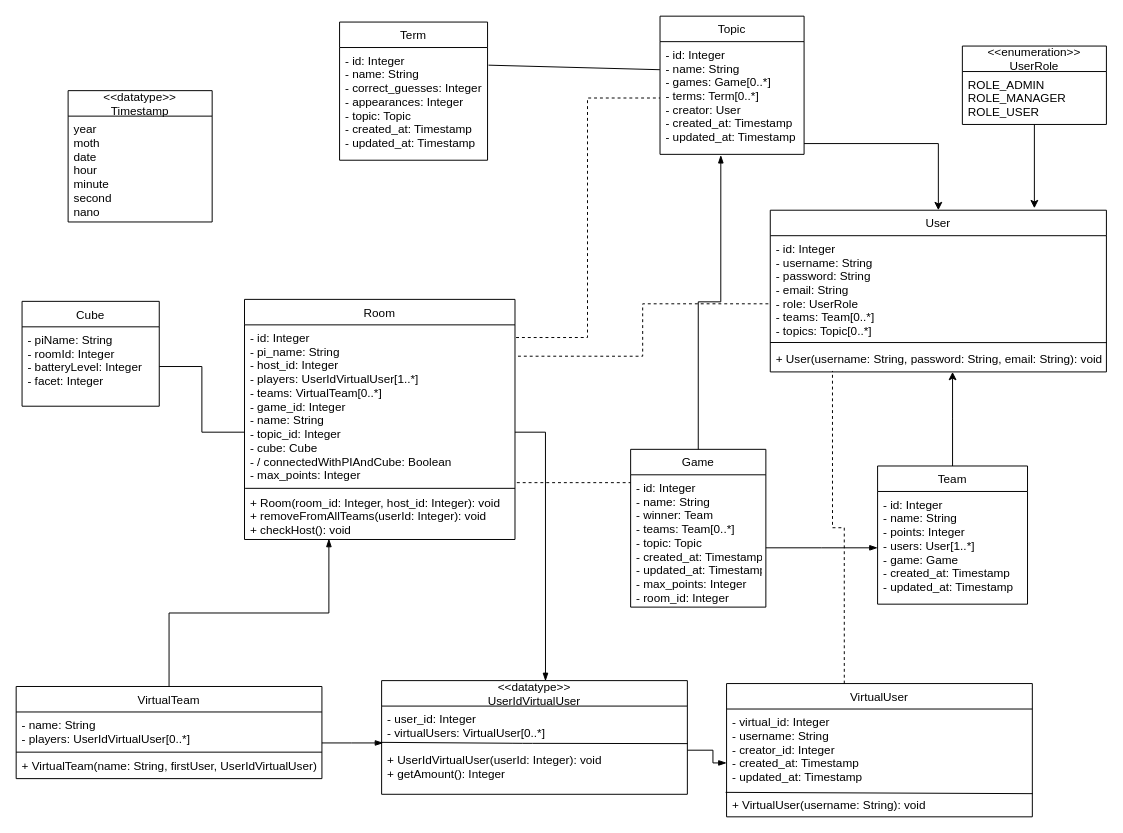
Above: documentation/diagrams/class_diagram.drawio in BeyerMart/softwareEngineeringClass-timeGuessGame (draw.io), before the change. Source tidied: cells renumbered, new cells numbered last; positions are measured from the earlier drawing's top-left corner, leaving out a move shared by most shapes. Both pictures are drawn from the tidied source at 98%, with x=0, y=0 at pixel (16, 16).
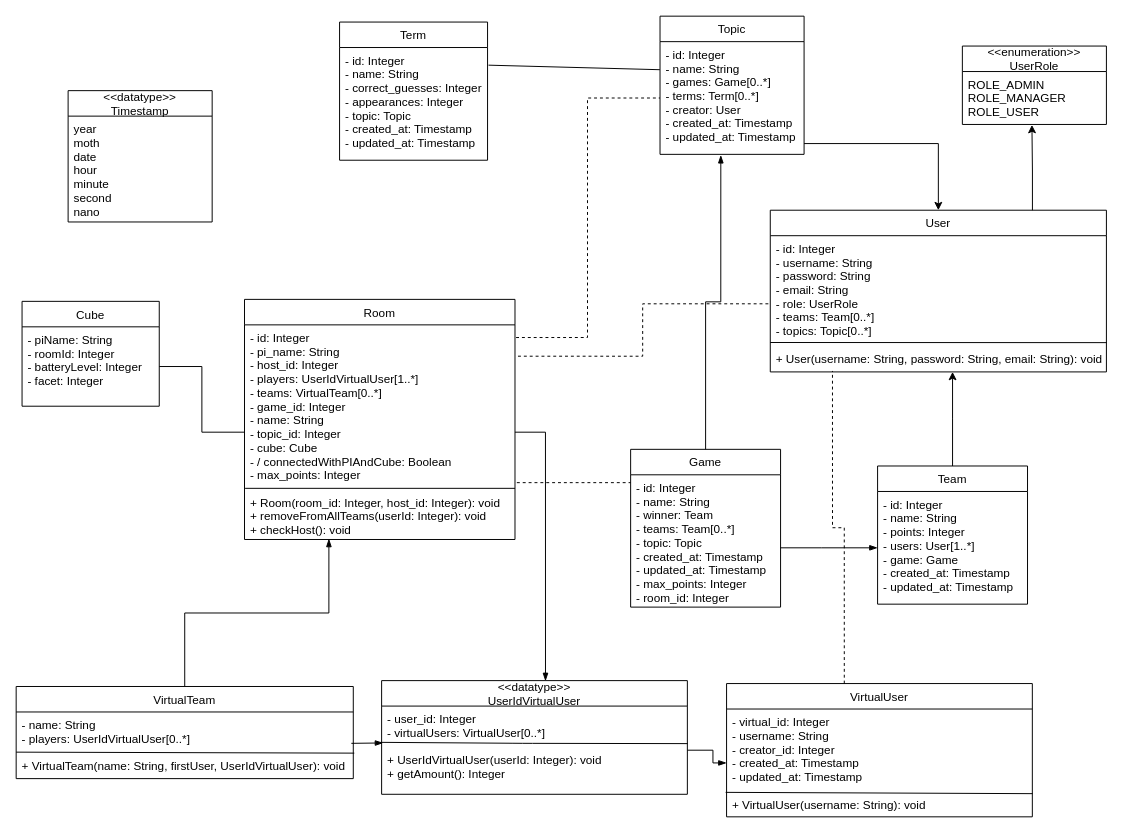
The same diagram, later.

Commit message (it also covers changes not shown here):
Fix class diagram

Fix enum relation / cut-off texts

The change refers to these unchanged cells:
```xml
<mxCell id="20" value="ROLE_ADMIN&#10;ROLE_MANAGER&#10;ROLE_USER" style="text;strokeColor=none;fillColor=none;align=left;verticalAlign=top;spacingLeft=4;spacingRight=4;overflow=hidden;points=[[0,0.5],[1,0.5]];portConstraint=eastwest;" parent="19" vertex="1">
  <mxGeometry y="26" width="147" height="54" as="geometry" />
</mxCell>
<mxCell id="33" value="- user_id: Integer&#10;- virtualUsers: VirtualUser[0..*]&#10;&#10;+ UserIdVirtualUser(userId: Integer): void&#10;+ getAmount(): Integer" style="text;strokeColor=none;fillColor=none;align=left;verticalAlign=top;spacingLeft=4;spacingRight=4;overflow=hidden;points=[[0,0.5],[1,0.5]];portConstraint=eastwest;" parent="31" vertex="1">
  <mxGeometry y="26" width="312" height="90" as="geometry" />
</mxCell>
```

Change to the diagram source:
```diff
@@
     <mxCell id="17" value="Game" style="swimlane;fontStyle=0;horizontal=1;startSize=26;fillColor=none;" parent="1" vertex="1">
-      <mxGeometry x="627" y="442" width="138" height="161" as="geometry" />
+      <mxGeometry x="627" y="442" width="153" height="161" as="geometry" />
     </mxCell>
     <mxCell id="18" value="- id: Integer&#10;- name: String&#10;- winner: Team&#10;- teams: Team[0..*]&#10;- topic: Topic&#10;- created_at: Timestamp&#10;- updated_at: Timestamp&#10;- max_points: Integer&#10;- room_id: Integer" style="text;strokeColor=none;fillColor=none;align=left;verticalAlign=top;spacingLeft=4;spacingRight=4;overflow=hidden;points=[[0,0.5],[1,0.5]];portConstraint=eastwest;" parent="17" vertex="1">
-      <mxGeometry y="26" width="138" height="135" as="geometry" />
+      <mxGeometry y="26" width="153" height="135" as="geometry" />
     </mxCell>
@@
-    <mxCell id="21" style="edgeStyle=orthogonalEdgeStyle;rounded=0;jettySize=auto;html=1;" parent="1" edge="1" source="20">
+    <mxCell id="21" style="edgeStyle=orthogonalEdgeStyle;rounded=0;jettySize=auto;html=1;entryX=0.483;entryY=1.009;entryDx=0;entryDy=0;entryPerimeter=0;" parent="1" edge="1" target="20">
       <mxGeometry relative="1" as="geometry">
-        <mxPoint x="1039" y="196" as="targetPoint" />
+        <mxPoint x="1037" y="198" as="sourcePoint" />
         <Array as="points">
-          <mxPoint x="1039" y="158" />
-          <mxPoint x="1039" y="158" />
+          <mxPoint x="1037" y="198" />
+          <mxPoint x="1037" y="158" />
+          <mxPoint x="1036" y="158" />
         </Array>
       </mxGeometry>
     </mxCell>
@@
     <mxCell id="25" value="VirtualTeam" style="swimlane;fontStyle=0;horizontal=1;startSize=26;fillColor=none;" parent="1" vertex="1">
-      <mxGeometry y="684" width="312" height="94" as="geometry" />
+      <mxGeometry y="684" width="344" height="94" as="geometry" />
     </mxCell>
-    <mxCell id="26" value="- name: String&#10;- players: UserIdVirtualUser[0..*]&#10;&#10;+ VirtualTeam(name: String, firstUser, UserIdVirtualUser)" style="text;strokeColor=none;fillColor=none;align=left;verticalAlign=top;spacingLeft=4;spacingRight=4;overflow=hidden;points=[[0,0.5],[1,0.5]];portConstraint=eastwest;" parent="25" vertex="1">
-      <mxGeometry y="26" width="312" height="68" as="geometry" />
+    <mxCell id="26" value="- name: String&#10;- players: UserIdVirtualUser[0..*]&#10;&#10;+ VirtualTeam(name: String, firstUser, UserIdVirtualUser): void" style="text;strokeColor=none;fillColor=none;align=left;verticalAlign=top;spacingLeft=4;spacingRight=4;overflow=hidden;points=[[0,0.5],[1,0.5]];portConstraint=eastwest;" parent="25" vertex="1">
+      <mxGeometry y="26" width="344" height="68" as="geometry" />
     </mxCell>
-    <mxCell id="27" style="endArrow=none;html=1;exitX=0;exitY=0.5;exitDx=0;exitDy=0;entryX=1;entryY=0.5;entryDx=0;entryDy=0;" parent="25" edge="1">
+    <mxCell id="27" style="endArrow=none;html=1;exitX=0;exitY=0.5;exitDx=0;exitDy=0;" parent="25" edge="1">
       <mxGeometry relative="1" as="geometry">
         <mxPoint y="67" as="sourcePoint" />
-        <mxPoint x="312" y="67" as="targetPoint" />
+        <mxPoint x="345" y="68" as="targetPoint" />
       </mxGeometry>
     </mxCell>
@@
-    <mxCell id="39" style="edgeStyle=orthogonalEdgeStyle;rounded=0;jettySize=auto;html=1;entryX=0.005;entryY=0.418;entryDx=0;entryDy=0;entryPerimeter=0;endArrow=blockThin;endFill=1;" parent="1" edge="1" source="26" target="33">
+    <mxCell id="39" style="edgeStyle=orthogonalEdgeStyle;rounded=0;jettySize=auto;html=1;entryX=0.005;entryY=0.418;entryDx=0;entryDy=0;entryPerimeter=0;endArrow=blockThin;endFill=1;" parent="1" edge="1" target="33">
       <mxGeometry relative="1" as="geometry">
+        <mxPoint x="342" y="742" as="sourcePoint" />
         <Array as="points">
           <mxPoint x="342" y="742" />
         </Array>
       </mxGeometry>
     </mxCell>
```
